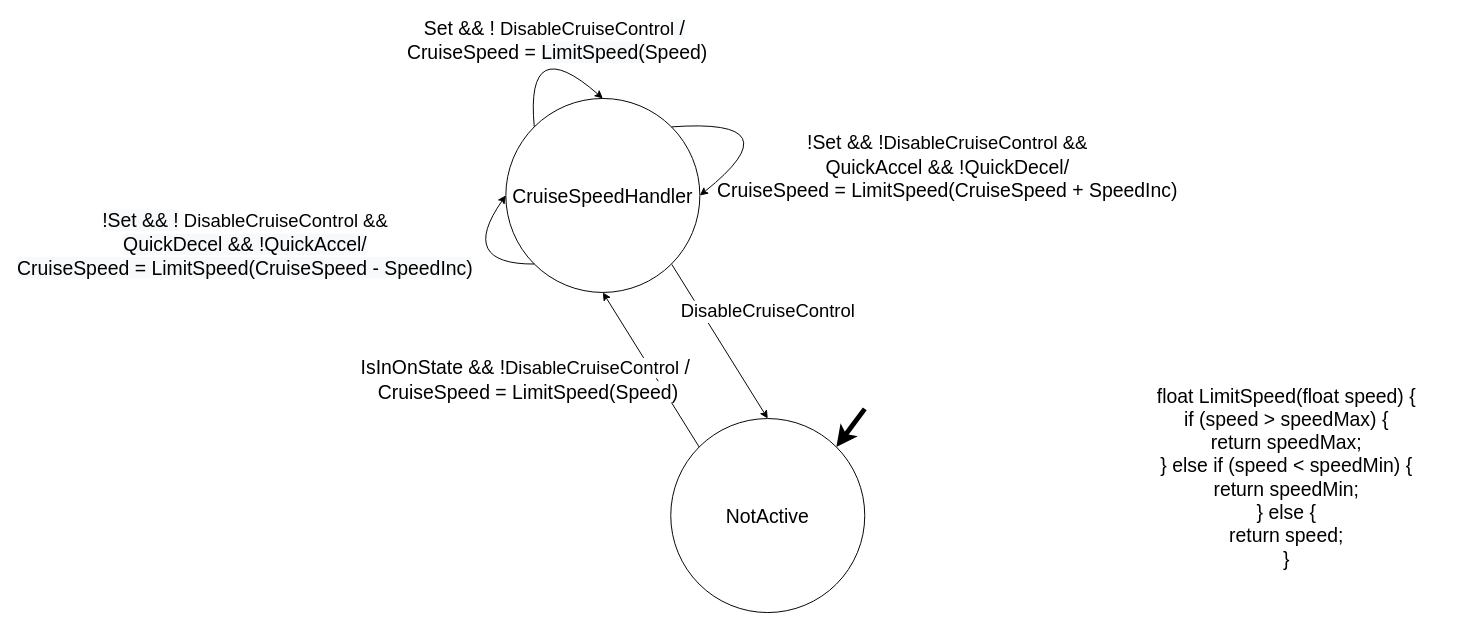
Before: Diagrams/FSMs/Cruise Speed Control_FSM.drawio in jacoballen4534/Cruise-Controller, a draw.io diagram. Source tidied: cells renumbered, new cells numbered last; positions are measured from the earlier drawing's top-left corner, leaving out a move shared by most shapes. Both pictures are drawn from the tidied source at 97%, with x=0, y=0 at pixel (350, 30).
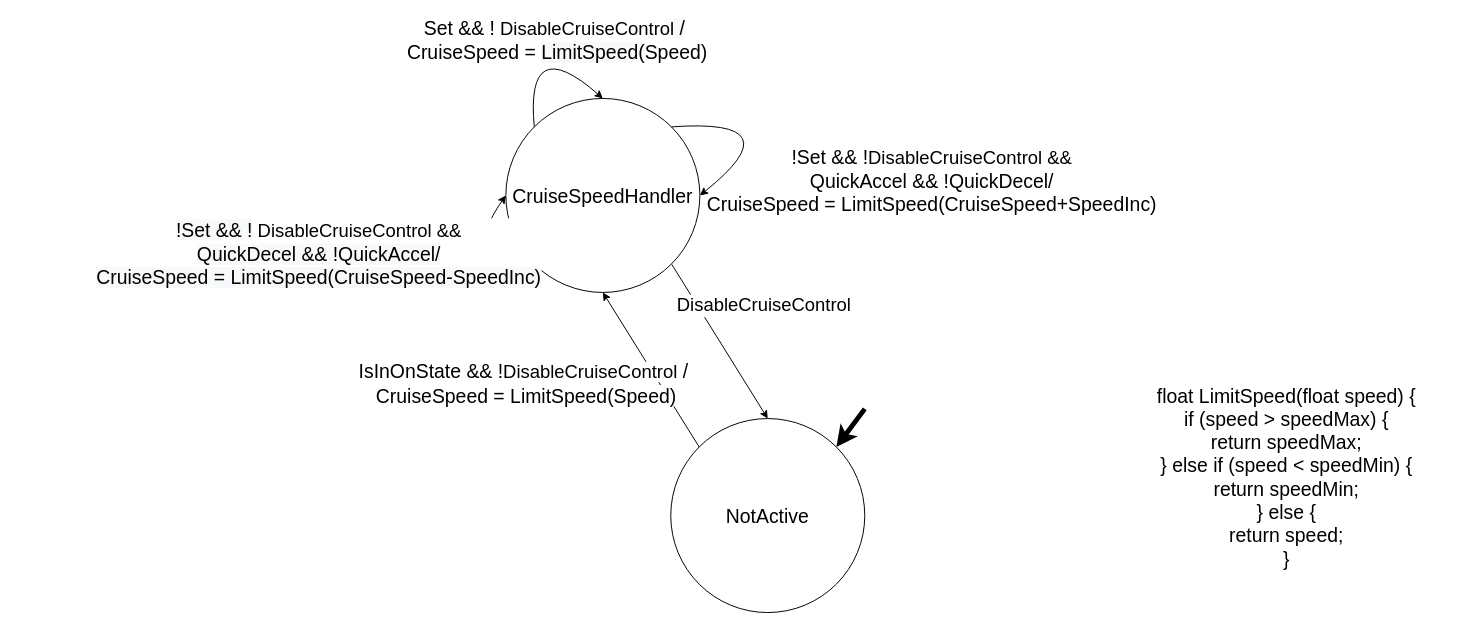
After the change.

Unchanged cells that the change refers to:
```xml
<mxCell id="7" style="curved=1;endArrow=classic;html=1;exitX=0;exitY=1;exitDx=0;exitDy=0;entryX=0;entryY=0.5;entryDx=0;entryDy=0;" parent="1" edge="1" source="2" target="2">
  <mxGeometry relative="1" as="geometry">
    <Array as="points">
      <mxPoint x="110" y="241" />
    </Array>
  </mxGeometry>
</mxCell>
<mxCell id="11" style="endArrow=classic;html=1;entryX=0.5;entryY=0;entryDx=0;entryDy=0;" parent="1" edge="1" target="10">
  <mxGeometry relative="1" as="geometry">
    <mxPoint x="331" y="241" as="sourcePoint" />
  </mxGeometry>
</mxCell>
```

Change to the diagram source:
```diff
@@
-    <mxCell id="6" value="&lt;font style=&quot;font-size: 20px&quot;&gt;!Set &amp;amp;&amp;amp; !&lt;span style=&quot;font-size: 19px ; background-color: rgb(255 , 255 , 255)&quot;&gt;DisableCruiseControl &amp;amp;&amp;amp;&lt;br&gt;&lt;/span&gt;QuickAccel &amp;amp;&amp;amp;&amp;nbsp;!QuickDecel/&lt;br&gt;CruiseSpeed =&amp;nbsp;&lt;span&gt;LimitSpeed(&lt;/span&gt;CruiseSpeed&amp;nbsp;+ SpeedInc)&lt;br&gt;&lt;/font&gt;" style="text;html=1;align=center;verticalAlign=middle;" parent="1" vertex="1">
-      <mxGeometry x="370" y="115" width="490" height="50" as="geometry" />
+    <mxCell id="6" value="&lt;font style=&quot;font-size: 20px&quot;&gt;!Set &amp;amp;&amp;amp; !&lt;span style=&quot;font-size: 19px ; background-color: rgb(255 , 255 , 255)&quot;&gt;DisableCruiseControl &amp;amp;&amp;amp;&lt;br&gt;&lt;/span&gt;QuickAccel &amp;amp;&amp;amp;&amp;nbsp;!QuickDecel/&lt;br&gt;CruiseSpeed =&amp;nbsp;&lt;span&gt;LimitSpeed(&lt;/span&gt;CruiseSpeed+SpeedInc)&lt;br&gt;&lt;/font&gt;" style="text;html=1;align=center;verticalAlign=middle;" parent="1" vertex="1">
+      <mxGeometry x="359" y="125" width="480" height="60" as="geometry" />
     </mxCell>
@@
-    <mxCell id="8" value="&lt;span style=&quot;font-size: 20px ; background-color: rgb(248 , 249 , 250)&quot;&gt;!Set &amp;amp;&amp;amp; !&lt;/span&gt;&lt;span style=&quot;font-size: 19px&quot;&gt;&amp;nbsp;DisableCruiseControl &amp;amp;&amp;amp;&lt;/span&gt;&lt;span style=&quot;font-size: 20px ; background-color: rgb(248 , 249 , 250)&quot;&gt;&lt;br&gt;&lt;/span&gt;&lt;span style=&quot;font-size: 20px ; background-color: rgb(248 , 249 , 250)&quot;&gt;QuickDecel &amp;amp;&amp;amp;&amp;nbsp;&lt;/span&gt;&lt;span style=&quot;font-size: 20px ; background-color: rgb(248 , 249 , 250)&quot;&gt;!QuickAccel/&lt;br&gt;&lt;/span&gt;&lt;span style=&quot;font-size: 20px ; background-color: rgb(248 , 249 , 250)&quot;&gt;CruiseSpeed =&amp;nbsp;&lt;/span&gt;&lt;span style=&quot;font-size: 20px ; background-color: rgb(248 , 249 , 250)&quot;&gt;LimitSpeed(&lt;/span&gt;&lt;span style=&quot;font-size: 20px ; background-color: rgb(248 , 249 , 250)&quot;&gt;CruiseSpeed - SpeedInc)&lt;/span&gt;" style="edgeLabel;html=1;align=center;verticalAlign=middle;" parent="7" vertex="1">
+    <mxCell id="8" value="&lt;span style=&quot;font-size: 20px ; background-color: rgb(248 , 249 , 250)&quot;&gt;!Set &amp;amp;&amp;amp; !&lt;/span&gt;&lt;span style=&quot;font-size: 19px&quot;&gt;&amp;nbsp;DisableCruiseControl &amp;amp;&amp;amp;&lt;/span&gt;&lt;span style=&quot;font-size: 20px ; background-color: rgb(248 , 249 , 250)&quot;&gt;&lt;br&gt;&lt;/span&gt;&lt;span style=&quot;font-size: 20px ; background-color: rgb(248 , 249 , 250)&quot;&gt;QuickDecel &amp;amp;&amp;amp;&amp;nbsp;&lt;/span&gt;&lt;span style=&quot;font-size: 20px ; background-color: rgb(248 , 249 , 250)&quot;&gt;!QuickAccel/&lt;br&gt;&lt;/span&gt;&lt;span style=&quot;font-size: 20px ; background-color: rgb(248 , 249 , 250)&quot;&gt;CruiseSpeed =&amp;nbsp;&lt;/span&gt;&lt;span style=&quot;font-size: 20px ; background-color: rgb(248 , 249 , 250)&quot;&gt;LimitSpeed(&lt;/span&gt;&lt;span style=&quot;font-size: 20px ; background-color: rgb(248 , 249 , 250)&quot;&gt;CruiseSpeed-SpeedInc)&lt;/span&gt;" style="edgeLabel;html=1;align=center;verticalAlign=middle;" parent="7" vertex="1">
       <mxGeometry x="-0.76" y="4" relative="1" as="geometry">
-        <mxPoint x="-279.3" y="-24.8" as="offset" />
+        <mxPoint x="-203.3" y="-14.8" as="offset" />
       </mxGeometry>
     </mxCell>
@@
-    <mxCell id="12" value="&lt;font style=&quot;font-size: 19px&quot;&gt;DisableCruiseControl&lt;/font&gt;" style="edgeLabel;html=1;align=center;verticalAlign=middle;" parent="11" vertex="1">
+    <mxCell id="12" value="&lt;font style=&quot;font-size: 19px ; background-color: rgb(255 , 255 , 255)&quot;&gt;DisableCruiseControl&lt;/font&gt;" style="edgeLabel;html=1;align=center;verticalAlign=middle;" parent="11" vertex="1">
       <mxGeometry x="-0.18" relative="1" as="geometry">
-        <mxPoint x="58.3" y="-16.4" as="offset" />
+        <mxPoint x="53.6" y="-22.9" as="offset" />
       </mxGeometry>
     </mxCell>
@@
     <mxCell id="14" value="&lt;span style=&quot;background-color: rgb(255 , 255 , 255)&quot;&gt;&lt;font style=&quot;font-size: 20px&quot;&gt;IsInOnState &amp;amp;&amp;amp; !&lt;/font&gt;&lt;/span&gt;&lt;span style=&quot;font-size: 19px ; background-color: rgb(255 , 255 , 255)&quot;&gt;DisableCruiseControl&lt;/span&gt;&lt;span style=&quot;background-color: rgb(255 , 255 , 255)&quot;&gt;&lt;font style=&quot;font-size: 20px&quot;&gt;&amp;nbsp;/&lt;br&gt;&lt;/font&gt;&lt;/span&gt;&lt;span style=&quot;font-size: 20px ; background-color: rgb(255 , 255 , 255)&quot;&gt;&amp;nbsp;CruiseSpeed =&amp;nbsp;&lt;/span&gt;&lt;span style=&quot;font-size: 20px&quot;&gt;LimitSpeed(&lt;/span&gt;&lt;span style=&quot;font-size: 20px ; background-color: rgb(255 , 255 , 255)&quot;&gt;Speed)&lt;/span&gt;&lt;span style=&quot;background-color: rgb(255 , 255 , 255)&quot;&gt;&lt;font style=&quot;font-size: 20px&quot;&gt;&lt;br&gt;&lt;/font&gt;&lt;/span&gt;" style="text;html=1;align=center;verticalAlign=middle;" parent="1" vertex="1">
-      <mxGeometry y="340" width="360" height="40" as="geometry" />
+      <mxGeometry x="-2" y="343.5" width="360" height="40" as="geometry" />
     </mxCell>
```
